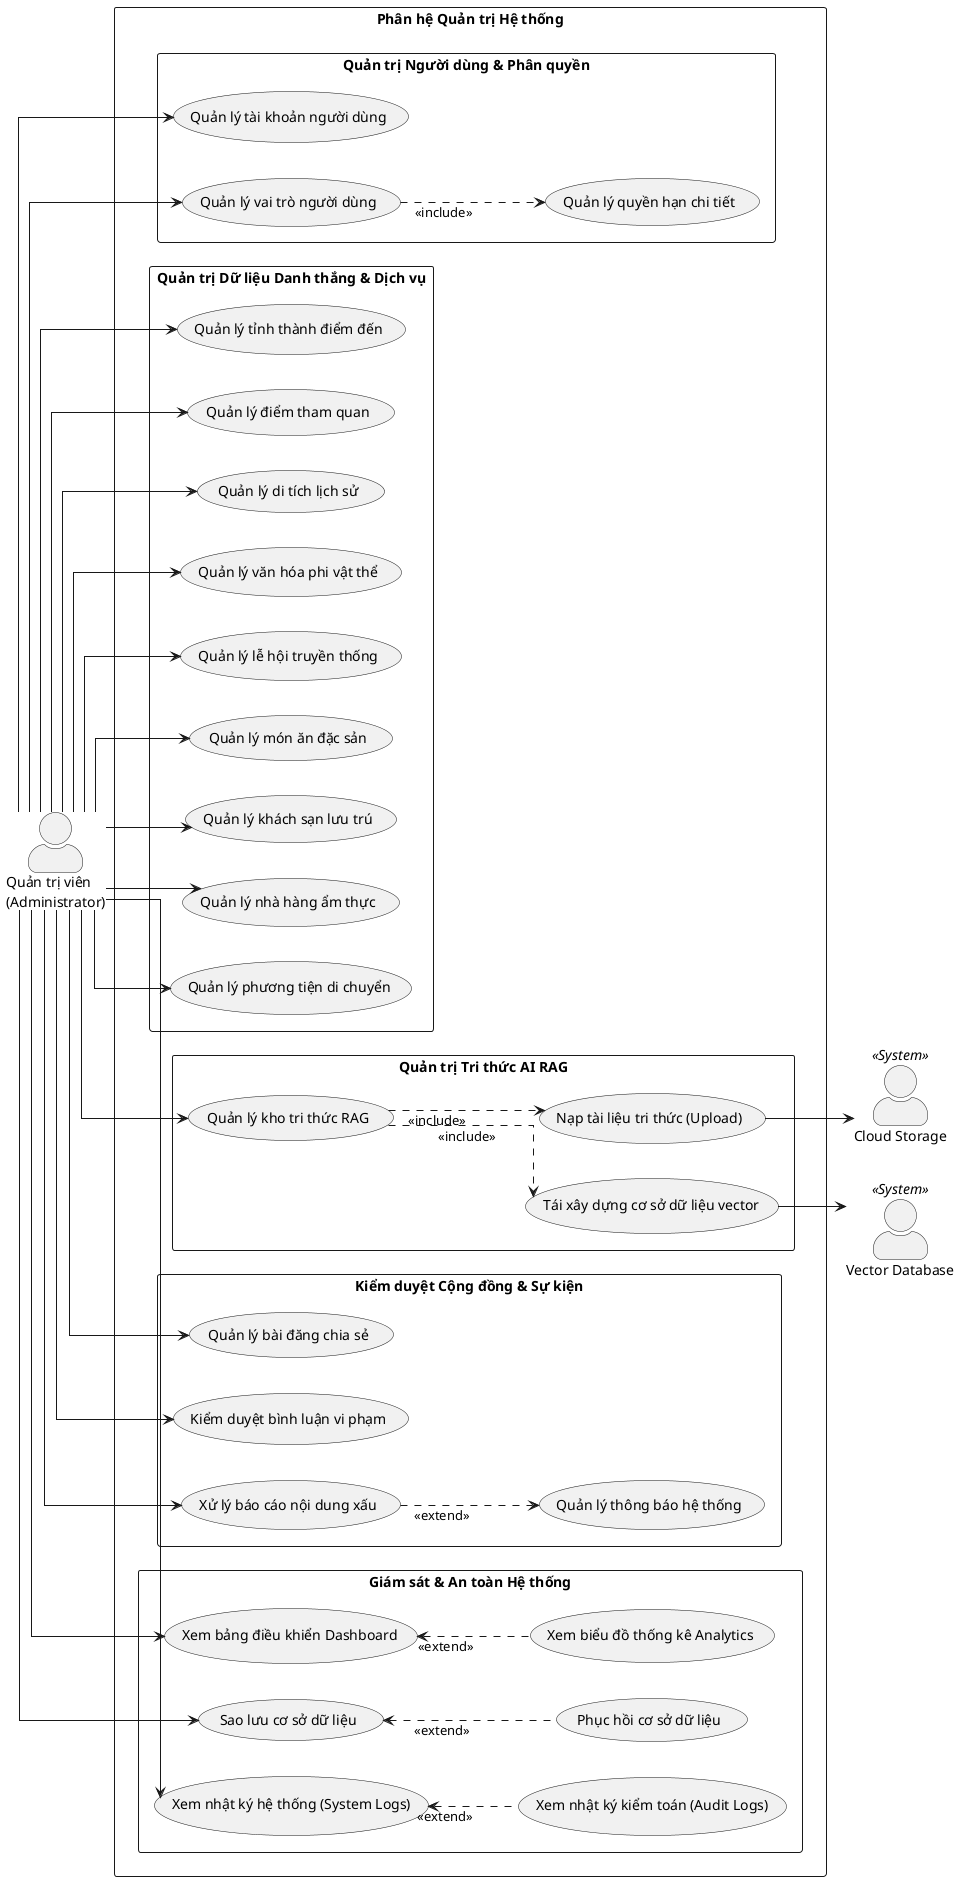
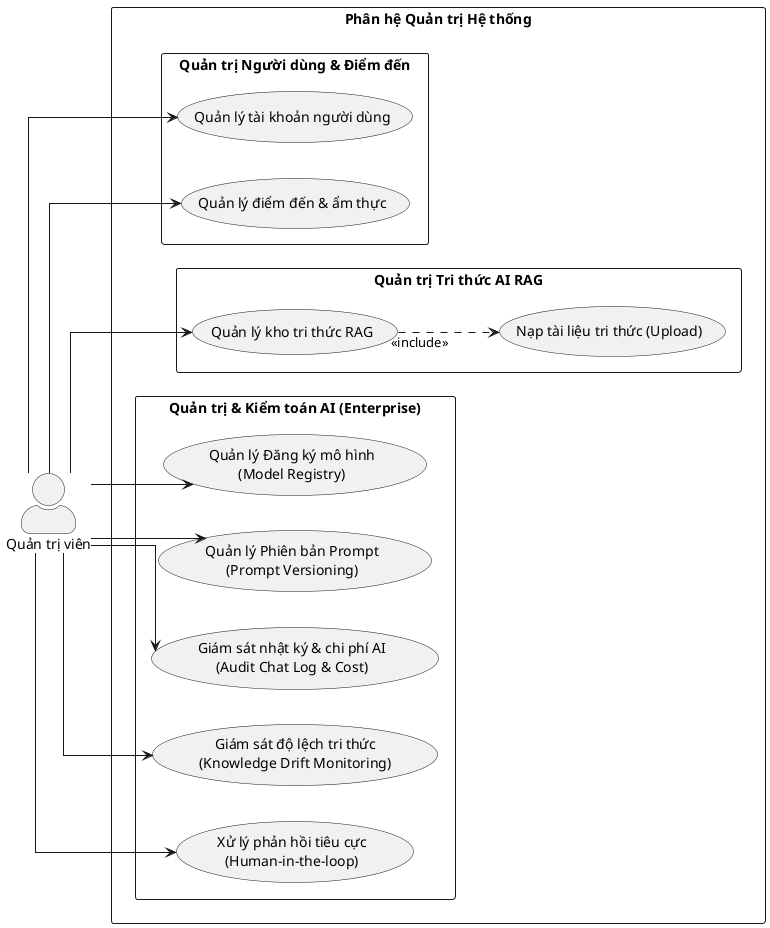
@startuml UseCase_Admin
left to right direction
skinparam packageStyle rectangle
skinparam actorStyle awesome
skinparam linetype ortho

- ' Actors
- actor "Quản trị viên\n(Administrator)" as Admin
- 
- ' External Systems
- actor "Cloud Storage" as CloudStorage <<System>>
- actor "Vector Database" as VectorDB <<System>>
+ actor "Quản trị viên" as Admin

rectangle "Phân hệ Quản trị Hệ thống" {
- 
-   package "Quản trị Người dùng & Phân quyền" {
+   package "Quản trị Người dùng & Điểm đến" {
    usecase "Quản lý tài khoản người dùng" as UC_ManageUsers
-     usecase "Quản lý vai trò người dùng" as UC_ManageRoles
-     usecase "Quản lý quyền hạn chi tiết" as UC_ManagePermissions
-   }
- 
-   package "Quản trị Dữ liệu Danh thắng & Dịch vụ" {
-     usecase "Quản lý tỉnh thành điểm đến" as UC_ManageDestinations
-     usecase "Quản lý điểm tham quan" as UC_ManageAttractions
-     usecase "Quản lý di tích lịch sử" as UC_ManageHistoricalSites
-     usecase "Quản lý văn hóa phi vật thể" as UC_ManageCultures
-     usecase "Quản lý lễ hội truyền thống" as UC_ManageFestivals
-     usecase "Quản lý món ăn đặc sản" as UC_ManageFoods
-     usecase "Quản lý khách sạn lưu trú" as UC_ManageHotels
-     usecase "Quản lý nhà hàng ẩm thực" as UC_ManageRestaurants
-     usecase "Quản lý phương tiện di chuyển" as UC_ManageTransportation
+     usecase "Quản lý điểm đến & ẩm thực" as UC_ManageDests
  }

  package "Quản trị Tri thức AI RAG" {
    usecase "Quản lý kho tri thức RAG" as UC_ManageKB
    usecase "Nạp tài liệu tri thức (Upload)" as UC_UploadDocs
-     usecase "Tái xây dựng cơ sở dữ liệu vector" as UC_RebuildVector
  }

-   package "Kiểm duyệt Cộng đồng & Sự kiện" {
-     usecase "Quản lý bài đăng chia sẻ" as UC_ManagePosts
-     usecase "Kiểm duyệt bình luận vi phạm" as UC_ModerateComments
-     usecase "Xử lý báo cáo nội dung xấu" as UC_HandleReports
-     usecase "Quản lý thông báo hệ thống" as UC_ManageNotif
-   }
- 
-   package "Giám sát & An toàn Hệ thống" {
-     usecase "Xem bảng điều khiển Dashboard" as UC_ViewDashboard
-     usecase "Xem biểu đồ thống kê Analytics" as UC_ViewAnalytics
-     usecase "Sao lưu cơ sở dữ liệu" as UC_BackupDB
-     usecase "Phục hồi cơ sở dữ liệu" as UC_RestoreDB
-     usecase "Xem nhật ký hệ thống (System Logs)" as UC_SystemLogs
-     usecase "Xem nhật ký kiểm toán (Audit Logs)" as UC_AuditLogs
+   ' Bổ sung gói Quản trị & Kiểm toán AI (AI Governance)
+   package "Quản trị & Kiểm toán AI (Enterprise)" {
+     usecase "Quản lý Đăng ký mô hình\n(Model Registry)" as UC_ModelRegistry
+     usecase "Quản lý Phiên bản Prompt\n(Prompt Versioning)" as UC_PromptVersion
+     usecase "Giám sát nhật ký & chi phí AI\n(Audit Chat Log & Cost)" as UC_AuditChatLog
+     usecase "Giám sát độ lệch tri thức\n(Knowledge Drift Monitoring)" as UC_DriftMonitor
+     usecase "Xử lý phản hồi tiêu cực\n(Human-in-the-loop)" as UC_FeedbackLoop
  }
}

- ' Admin Associations
Admin --> UC_ManageUsers
- Admin --> UC_ManageRoles
- Admin --> UC_ManageDestinations
- Admin --> UC_ManageAttractions
- Admin --> UC_ManageHistoricalSites
- Admin --> UC_ManageCultures
- Admin --> UC_ManageFestivals
- Admin --> UC_ManageFoods
- Admin --> UC_ManageHotels
- Admin --> UC_ManageRestaurants
- Admin --> UC_ManageTransportation
+ Admin --> UC_ManageDests
Admin --> UC_ManageKB
- Admin --> UC_ManagePosts
- Admin --> UC_ModerateComments
- Admin --> UC_HandleReports
- Admin --> UC_ViewDashboard
- Admin --> UC_BackupDB
- Admin --> UC_SystemLogs
+ Admin --> UC_ModelRegistry
+ Admin --> UC_PromptVersion
+ Admin --> UC_AuditChatLog
+ Admin --> UC_DriftMonitor
+ Admin --> UC_FeedbackLoop

- ' Relationships (include / extend)
- UC_ManageRoles ..> UC_ManagePermissions : <<include>>
UC_ManageKB ..> UC_UploadDocs : <<include>>
- UC_ManageKB ..> UC_RebuildVector : <<include>>
- UC_ViewDashboard <.. UC_ViewAnalytics : <<extend>>
- UC_BackupDB <.. UC_RestoreDB : <<extend>>
- UC_SystemLogs <.. UC_AuditLogs : <<extend>>
- UC_HandleReports ..> UC_ManageNotif : <<extend>>
- 
- ' External System Associations
- UC_UploadDocs --> CloudStorage
- UC_RebuildVector --> VectorDB
@enduml
